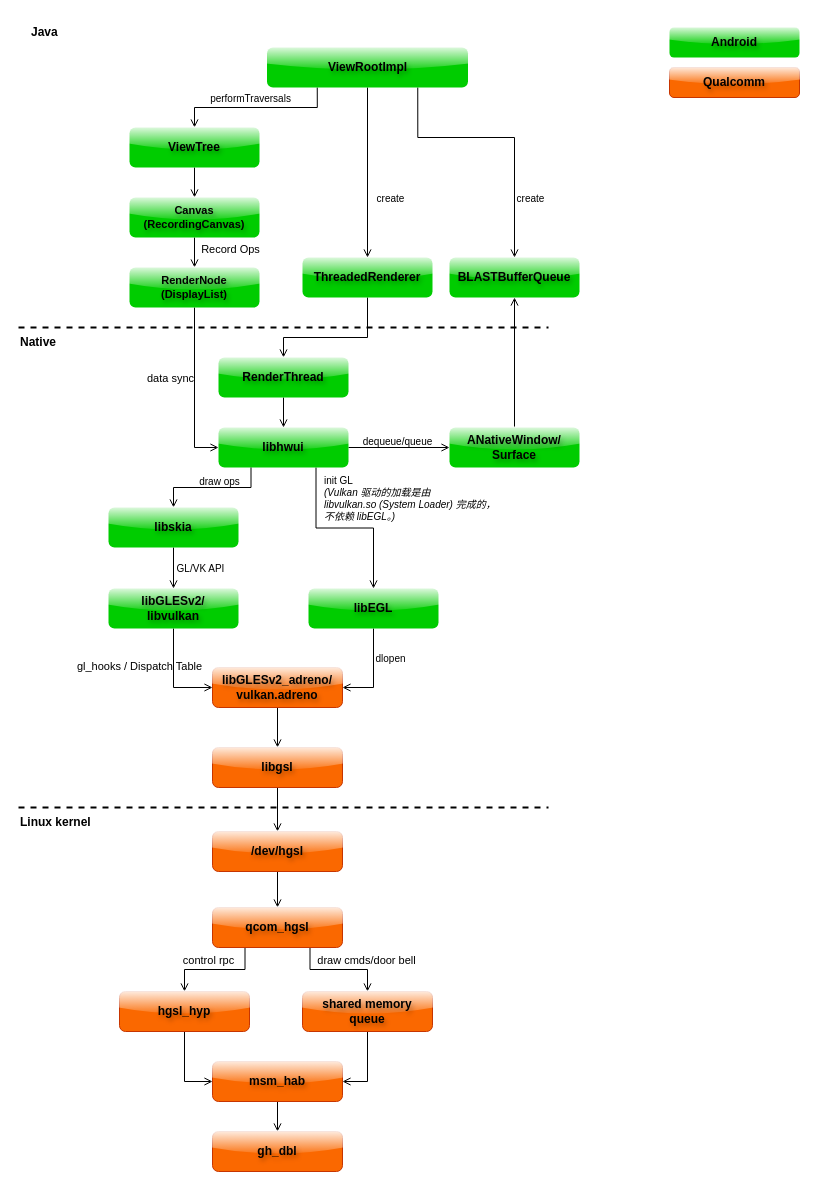
Ethen-Cao/ethenslab keeps this draw.io diagram as page "第 2 页" (2 of 2) of assets/drawio/sw-architecture-all-in-one.drawio. Above is the earlier version. Source tidied: cells renumbered, new cells numbered last; positions are measured from the earlier drawing's top-left corner, leaving out a move shared by most shapes. Both pictures are drawn from the tidied source at 100%, with x=0, y=0 at pixel (18, 17).
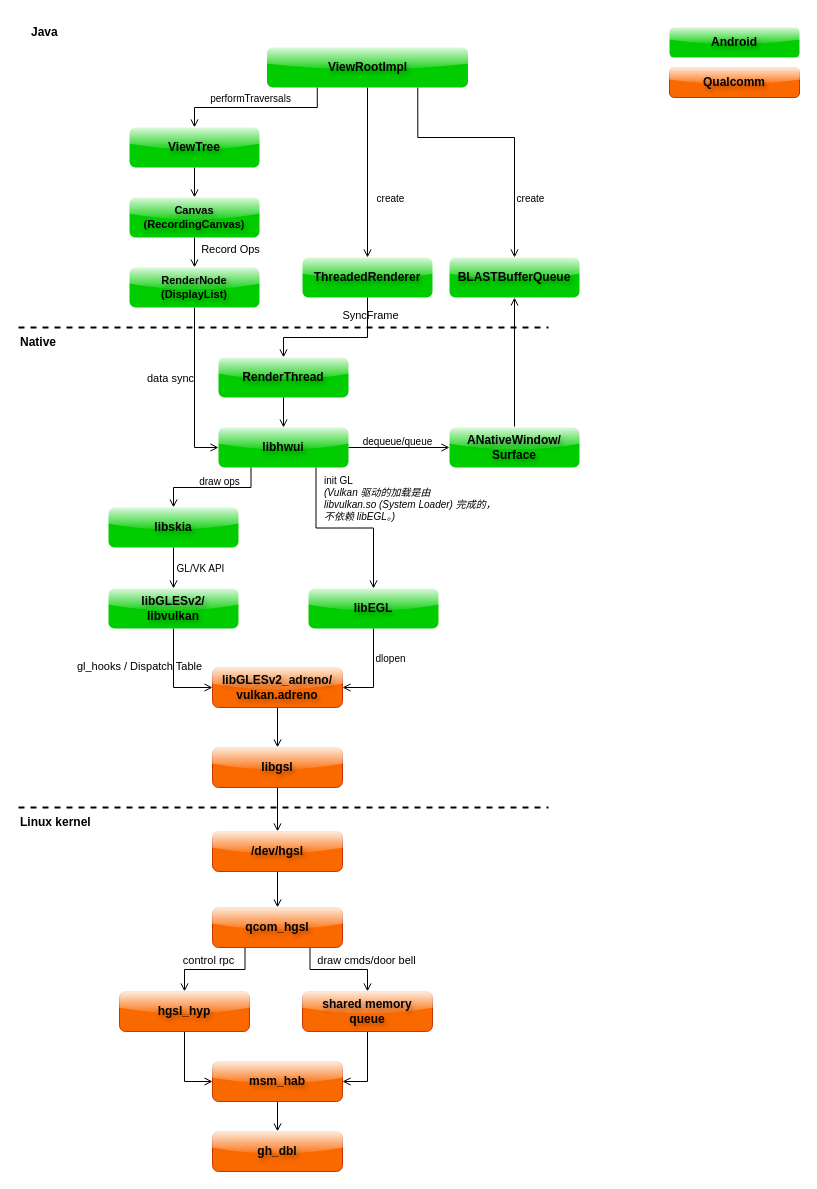
The same page after the edit.

Unchanged cells that the change refers to:
```xml
<mxCell id="25" style="edgeStyle=orthogonalEdgeStyle;rounded=0;jettySize=auto;html=1;strokeColor=default;align=center;verticalAlign=middle;fontFamily=Helvetica;fontSize=11;fontColor=default;labelBackgroundColor=default;endArrow=open;endFill=0;" parent="1" edge="1" source="26" target="66">
  <mxGeometry relative="1" as="geometry">
    <Array as="points">
      <mxPoint x="349" y="320" />
      <mxPoint x="265" y="320" />
    </Array>
  </mxGeometry>
</mxCell>
```

Diff of the diagram source:
```diff
@@
+    <mxCell id="68" value="SyncFrame" style="edgeLabel;html=1;align=center;verticalAlign=middle;labelBackgroundColor=none;" parent="25" vertex="1">
+      <mxGeometry x="-0.76" y="2" relative="1" as="geometry" />
+    </mxCell>
```
